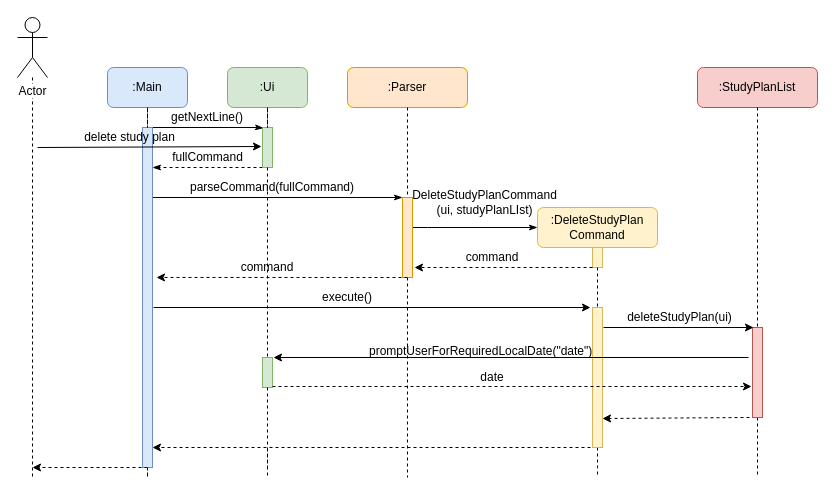
sliu107/tp keeps this draw.io diagram as docs/images/deleteStudyPlanSequenceDiagram.drawio. Above is the earlier version. Source tidied: cells renumbered, new cells numbered last; positions are measured from the earlier drawing's top-left corner, leaving out a move shared by most shapes. Both pictures are drawn from the tidied source at 100%, with x=0, y=0 at pixel (17, 17).
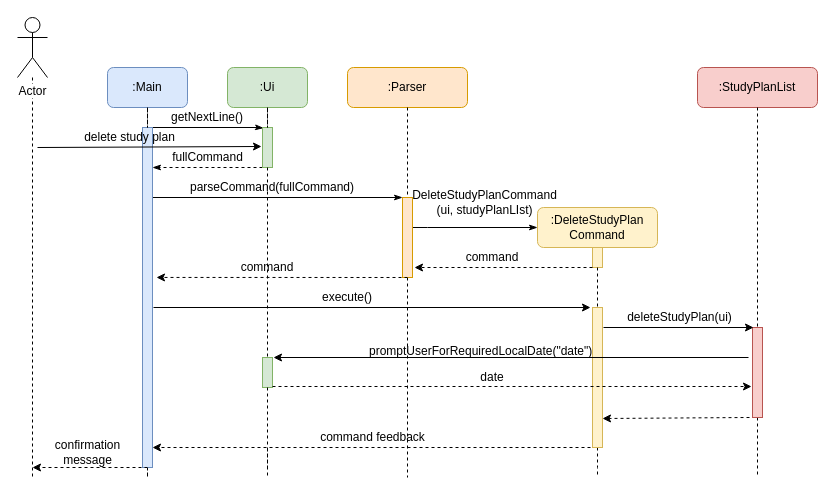
After the change.

Commit message (it also covers changes not shown here):
Add return messages for study plan related sequence diagrams

The edit, as a diff of the source:
```diff
@@
+    <mxCell id="53" value="command feedback" style="text;html=1;align=center;verticalAlign=middle;fillColor=none;strokeColor=none;rounded=0;" parent="1" vertex="1">
+      <mxGeometry x="295" y="410" width="120" height="20" as="geometry" />
+    </mxCell>
+    <mxCell id="54" value="confirmation&lt;br&gt;message" style="text;html=1;align=center;verticalAlign=middle;fillColor=none;strokeColor=none;rounded=0;" parent="1" vertex="1">
+      <mxGeometry x="30" y="420" width="80" height="30" as="geometry" />
+    </mxCell>
```
